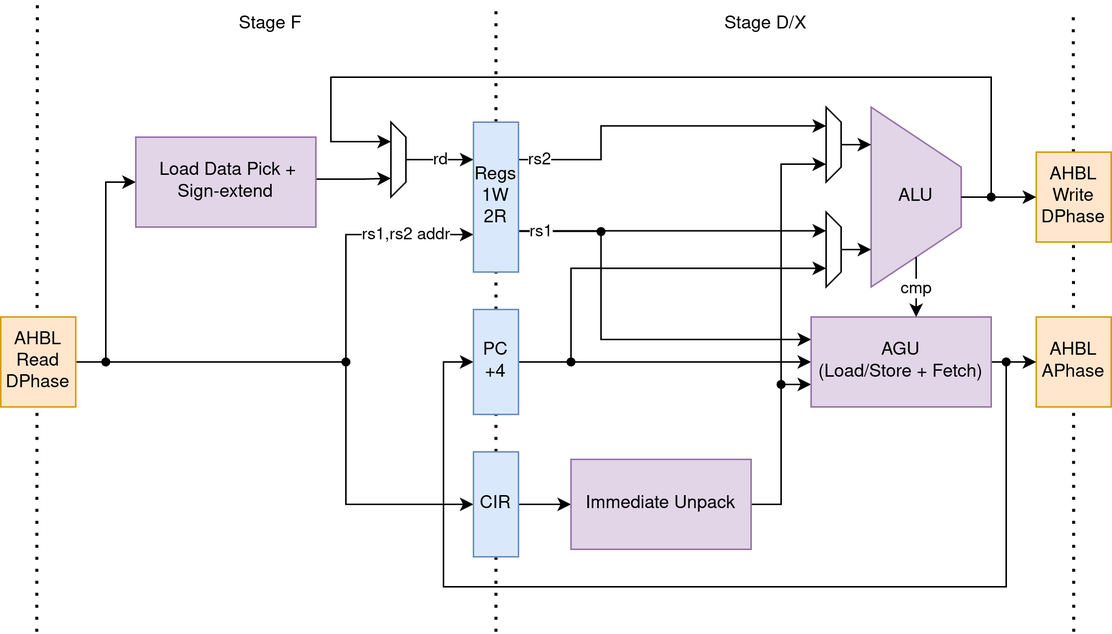
This is doc/hazard2_pipeline.png from Wren6991/Hazard2, a draw.io export, as it was before one commit. Source tidied: cells renumbered, new cells last; positions are measured from the earlier drawing's top-left corner, leaving out a move shared by most shapes.
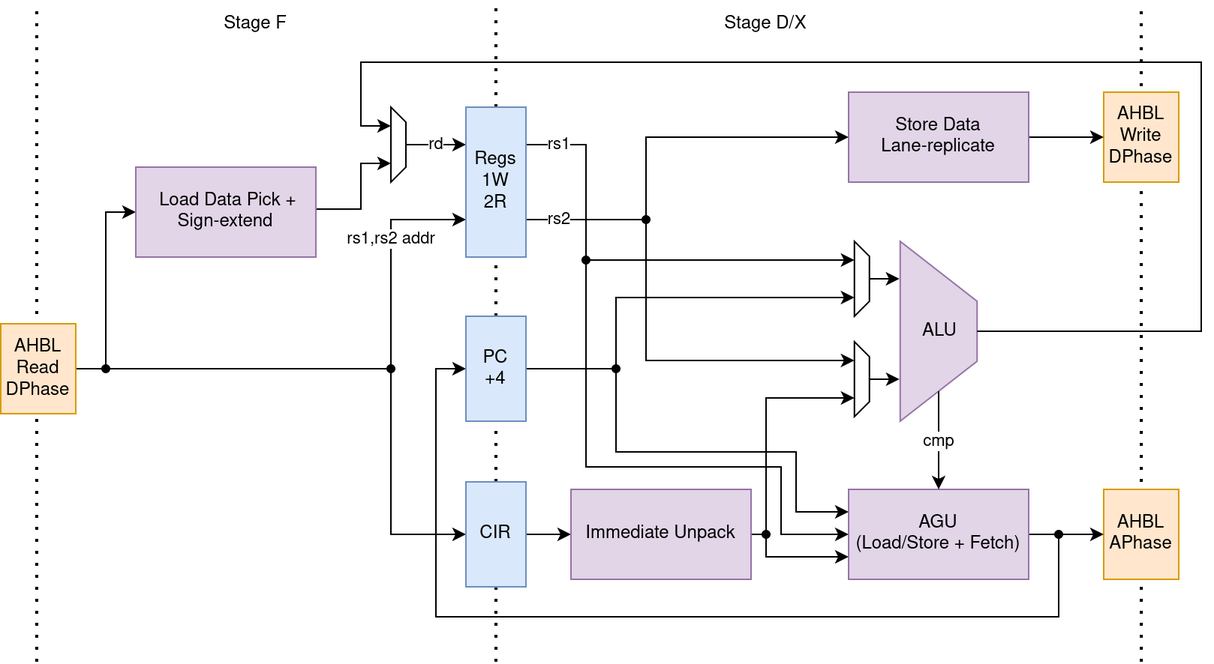
Above is the later version.

Commit message:
Re-add VCD tracing to sw makefile, update pipeline diagram

Diff of the diagram source:
```diff
@@ -9,14 +9,14 @@
     </mxCell>
     <mxCell id="3" style="endArrow=none;dashed=1;html=1;dashPattern=1 3;strokeWidth=2;" parent="1" edge="1">
       <mxGeometry relative="1" as="geometry">
-        <mxPoint x="715" y="420" as="sourcePoint" />
-        <mxPoint x="714.7" y="10" as="targetPoint" />
+        <mxPoint x="760" y="420" as="sourcePoint" />
+        <mxPoint x="760" y="-20" as="targetPoint" />
       </mxGeometry>
     </mxCell>
     <mxCell id="4" style="endArrow=none;dashed=1;html=1;dashPattern=1 3;strokeWidth=2;" parent="1" edge="1">
       <mxGeometry relative="1" as="geometry">
         <mxPoint x="24" y="420" as="sourcePoint" />
-        <mxPoint x="24.4" as="targetPoint" />
+        <mxPoint x="24" y="-20" as="targetPoint" />
       </mxGeometry>
     </mxCell>
     <mxCell id="5" style="endArrow=none;dashed=1;html=1;dashPattern=1 3;strokeWidth=2;startArrow=none;" parent="1" edge="1" source="43" target="25">
@@ -24,17 +24,17 @@
     </mxCell>
     <mxCell id="6" style="endArrow=none;dashed=1;html=1;dashPattern=1 3;strokeWidth=2;startArrow=none;" parent="1" edge="1" source="25">
       <mxGeometry relative="1" as="geometry">
-        <mxPoint x="330" as="targetPoint" />
+        <mxPoint x="330" y="-20" as="targetPoint" />
       </mxGeometry>
     </mxCell>
     <mxCell id="7" value="Stage F" style="text;html=1;strokeColor=none;fillColor=none;align=center;verticalAlign=middle;whiteSpace=wrap;rounded=0;" parent="1" vertex="1">
-      <mxGeometry x="140" width="80" height="30" as="geometry" />
+      <mxGeometry x="130" y="-20" width="80" height="30" as="geometry" />
     </mxCell>
     <mxCell id="8" value="rs1,rs2 addr" style="edgeStyle=orthogonalEdgeStyle;rounded=0;jettySize=auto;html=1;exitX=1;exitY=0.5;exitDx=0;exitDy=0;entryX=0;entryY=0.75;entryDx=0;entryDy=0;" parent="1" edge="1" source="11" target="25">
-      <mxGeometry x="0.74" relative="1" as="geometry">
+      <mxGeometry x="0.65" relative="1" as="geometry">
         <Array as="points">
-          <mxPoint x="230" y="240" />
-          <mxPoint x="230" y="155" />
+          <mxPoint x="260" y="225" />
+          <mxPoint x="260" y="125" />
         </Array>
       </mxGeometry>
     </mxCell>
@@ -44,25 +44,25 @@
     <mxCell id="10" style="edgeStyle=orthogonalEdgeStyle;rounded=0;jettySize=auto;html=1;exitX=1;exitY=0.5;exitDx=0;exitDy=0;entryX=0;entryY=0.5;entryDx=0;entryDy=0;" parent="1" edge="1" source="11" target="13">
       <mxGeometry relative="1" as="geometry">
         <Array as="points">
-          <mxPoint x="230" y="240" />
-          <mxPoint x="230" y="335" />
+          <mxPoint x="260" y="225" />
+          <mxPoint x="260" y="335" />
         </Array>
       </mxGeometry>
     </mxCell>
     <mxCell id="11" value="&lt;div&gt;AHBL&lt;/div&gt;&lt;div&gt;Read DPhase&lt;/div&gt;" style="rounded=0;whiteSpace=wrap;html=1;fillColor=#ffe6cc;strokeColor=#d79b00;" parent="1" vertex="1">
-      <mxGeometry y="210" width="50" height="60" as="geometry" />
+      <mxGeometry y="194.5" width="50" height="60" as="geometry" />
     </mxCell>
     <mxCell id="12" style="edgeStyle=orthogonalEdgeStyle;rounded=0;jettySize=auto;html=1;" parent="1" edge="1" source="13" target="28">
       <mxGeometry relative="1" as="geometry" />
     </mxCell>
     <mxCell id="13" value="CIR" style="rounded=0;whiteSpace=wrap;html=1;fillColor=#dae8fc;strokeColor=#6c8ebf;" parent="1" vertex="1">
-      <mxGeometry x="315" y="300" width="30" height="70" as="geometry" />
+      <mxGeometry x="310" y="300" width="40" height="70" as="geometry" />
     </mxCell>
     <mxCell id="14" value="Stage D/X" style="text;html=1;strokeColor=none;fillColor=none;align=center;verticalAlign=middle;whiteSpace=wrap;rounded=0;" parent="1" vertex="1">
-      <mxGeometry x="470" width="80" height="30" as="geometry" />
+      <mxGeometry x="470" y="-20" width="80" height="30" as="geometry" />
     </mxCell>
     <mxCell id="15" value="AHBL&lt;br&gt;APhase" style="rounded=0;whiteSpace=wrap;html=1;fillColor=#ffe6cc;strokeColor=#d79b00;" parent="1" vertex="1">
-      <mxGeometry x="690" y="210" width="50" height="60" as="geometry" />
+      <mxGeometry x="735" y="305" width="50" height="60" as="geometry" />
     </mxCell>
     <mxCell id="16" style="edgeStyle=orthogonalEdgeStyle;rounded=0;jettySize=auto;html=1;exitX=1;exitY=0.5;exitDx=0;exitDy=0;entryX=0.75;entryY=1;entryDx=0;entryDy=0;" parent="1" edge="1" source="17" target="19">
       <mxGeometry relative="1" as="geometry">
@@ -78,122 +78,112 @@
     <mxCell id="18" value="rd" style="edgeStyle=orthogonalEdgeStyle;rounded=0;jettySize=auto;html=1;exitX=0.5;exitY=0;exitDx=0;exitDy=0;entryX=0;entryY=0.25;entryDx=0;entryDy=0;" parent="1" edge="1" source="19" target="25">
       <mxGeometry relative="1" as="geometry">
         <Array as="points">
-          <mxPoint x="290" y="105" />
-          <mxPoint x="290" y="105" />
+          <mxPoint x="280" y="75" />
+          <mxPoint x="280" y="75" />
         </Array>
       </mxGeometry>
     </mxCell>
     <mxCell id="19" style="shape=trapezoid;perimeter=trapezoidPerimeter;whiteSpace=wrap;html=1;fixedSize=1;rotation=90;size=10;" parent="1" vertex="1">
-      <mxGeometry x="240" y="100" width="50" height="10" as="geometry" />
+      <mxGeometry x="240" y="70" width="50" height="10" as="geometry" />
     </mxCell>
-    <mxCell id="20" style="edgeStyle=orthogonalEdgeStyle;rounded=0;jettySize=auto;html=1;exitX=1;exitY=0.5;exitDx=0;exitDy=0;entryX=0.75;entryY=1;entryDx=0;entryDy=0;" parent="1" edge="1" source="43" target="41">
-      <mxGeometry relative="1" as="geometry">
-        <Array as="points">
-          <mxPoint x="380" y="240" />
-          <mxPoint x="380" y="177" />
-        </Array>
-      </mxGeometry>
-    </mxCell>
-    <mxCell id="21" style="edgeStyle=orthogonalEdgeStyle;rounded=0;jettySize=auto;html=1;exitX=1;exitY=0.5;exitDx=0;exitDy=0;entryX=0;entryY=0.5;entryDx=0;entryDy=0;" parent="1" edge="1" source="43" target="31">
-      <mxGeometry relative="1" as="geometry">
-        <Array as="points">
-          <mxPoint x="360" y="240" />
-          <mxPoint x="360" y="240" />
-        </Array>
-      </mxGeometry>
-    </mxCell>
+    <mxCell id="53" style="edgeStyle=orthogonalEdgeStyle;rounded=0;jettySize=auto;html=1;exitX=1;exitY=0.75;exitDx=0;exitDy=0;entryX=0;entryY=0.5;entryDx=0;entryDy=0;" parent="1" edge="1" source="25" target="58">
+      <mxGeometry relative="1" as="geometry">
+        <Array as="points">
+          <mxPoint x="430" y="125" />
+          <mxPoint x="430" y="70" />
+        </Array>
+      </mxGeometry>
+    </mxCell>
+    <mxCell id="54" style="edgeStyle=orthogonalEdgeStyle;rounded=0;jettySize=auto;html=1;exitX=1;exitY=0.25;exitDx=0;exitDy=0;entryX=0.25;entryY=1;entryDx=0;entryDy=0;" parent="1" edge="1" source="25" target="38">
+      <mxGeometry relative="1" as="geometry">
+        <Array as="points">
+          <mxPoint x="390" y="75" />
+          <mxPoint x="390" y="152" />
+        </Array>
+      </mxGeometry>
+    </mxCell>
-    <mxCell id="22" value="rs2" style="edgeStyle=orthogonalEdgeStyle;rounded=0;jettySize=auto;html=1;exitX=1;exitY=0.25;exitDx=0;exitDy=0;entryX=0.25;entryY=1;entryDx=0;entryDy=0;" parent="1" edge="1" source="25" target="38">
-      <mxGeometry x="-0.87" relative="1" as="geometry">
+    <mxCell id="22" value="rs2" style="edgeStyle=orthogonalEdgeStyle;rounded=0;jettySize=auto;html=1;exitX=1;exitY=0.75;exitDx=0;exitDy=0;entryX=0.25;entryY=1;entryDx=0;entryDy=0;" parent="1" edge="1" source="25" target="41">
+      <mxGeometry x="-0.86" relative="1" as="geometry">
         <Array as="points">
-          <mxPoint x="400" y="105" />
-          <mxPoint x="400" y="83" />
+          <mxPoint x="430" y="125" />
+          <mxPoint x="430" y="219" />
         </Array>
       </mxGeometry>
     </mxCell>
-    <mxCell id="23" style="edgeStyle=orthogonalEdgeStyle;rounded=0;jettySize=auto;html=1;exitX=1.006;exitY=0.728;exitDx=0;exitDy=0;exitPerimeter=0;entryX=0;entryY=0.25;entryDx=0;entryDy=0;" parent="1" edge="1" source="25" target="31">
-      <mxGeometry relative="1" as="geometry">
-        <Array as="points">
-          <mxPoint x="400" y="153" />
-          <mxPoint x="400" y="225" />
-        </Array>
-      </mxGeometry>
-    </mxCell>
-    <mxCell id="24" value="rs1" style="edgeStyle=orthogonalEdgeStyle;rounded=0;jettySize=auto;html=1;exitX=1;exitY=0.725;exitDx=0;exitDy=0;entryX=0.25;entryY=1;entryDx=0;entryDy=0;exitPerimeter=0;" parent="1" edge="1" source="25" target="41">
-      <mxGeometry x="-0.85" relative="1" as="geometry">
+    <mxCell id="24" value="rs1" style="edgeStyle=orthogonalEdgeStyle;rounded=0;jettySize=auto;html=1;exitX=1;exitY=0.25;exitDx=0;exitDy=0;entryX=0;entryY=0.5;entryDx=0;entryDy=0;" parent="1" edge="1" source="25" target="31">
+      <mxGeometry x="-0.91" relative="1" as="geometry">
         <Array as="points">
-          <mxPoint x="390" y="153" />
-          <mxPoint x="390" y="153" />
+          <mxPoint x="390" y="75" />
+          <mxPoint x="390" y="290" />
+          <mxPoint x="520" y="290" />
+          <mxPoint x="520" y="335" />
         </Array>
       </mxGeometry>
     </mxCell>
     <mxCell id="25" value="&lt;div&gt;Regs&lt;/div&gt;&lt;div&gt;1W&lt;/div&gt;&lt;div&gt;2R&lt;br&gt;&lt;/div&gt;" style="rounded=0;whiteSpace=wrap;html=1;fillColor=#dae8fc;strokeColor=#6c8ebf;" parent="1" vertex="1">
-      <mxGeometry x="315" y="80" width="30" height="100" as="geometry" />
+      <mxGeometry x="310" y="50" width="40" height="100" as="geometry" />
     </mxCell>
     <mxCell id="26" style="edgeStyle=orthogonalEdgeStyle;rounded=0;jettySize=auto;html=1;exitX=1;exitY=0.5;exitDx=0;exitDy=0;entryX=0;entryY=0.75;entryDx=0;entryDy=0;" parent="1" edge="1" source="28" target="31">
-      <mxGeometry relative="1" as="geometry" />
+      <mxGeometry relative="1" as="geometry">
+        <Array as="points">
+          <mxPoint x="510" y="335" />
+          <mxPoint x="510" y="350" />
+        </Array>
+      </mxGeometry>
     </mxCell>
-    <mxCell id="27" style="edgeStyle=orthogonalEdgeStyle;rounded=0;jettySize=auto;html=1;exitX=1;exitY=0.5;exitDx=0;exitDy=0;entryX=0.75;entryY=1;entryDx=0;entryDy=0;" parent="1" edge="1" source="28" target="38">
-      <mxGeometry relative="1" as="geometry">
-        <Array as="points">
-          <mxPoint x="520" y="335" />
-          <mxPoint x="520" y="108" />
-          <mxPoint x="550" y="108" />
-        </Array>
-      </mxGeometry>
-    </mxCell>
+    <mxCell id="55" style="edgeStyle=orthogonalEdgeStyle;rounded=0;jettySize=auto;html=1;exitX=1;exitY=0.5;exitDx=0;exitDy=0;entryX=0.75;entryY=1;entryDx=0;entryDy=0;" parent="1" edge="1" source="28" target="41">
+      <mxGeometry relative="1" as="geometry">
+        <Array as="points">
+          <mxPoint x="510" y="335" />
+          <mxPoint x="510" y="244" />
+        </Array>
+      </mxGeometry>
+    </mxCell>
     <mxCell id="28" value="Immediate Unpack" style="rounded=0;whiteSpace=wrap;html=1;fillColor=#e1d5e7;strokeColor=#9673a6;" parent="1" vertex="1">
       <mxGeometry x="380" y="305" width="120" height="60" as="geometry" />
     </mxCell>
     <mxCell id="29" style="edgeStyle=orthogonalEdgeStyle;rounded=0;jettySize=auto;html=1;exitX=1;exitY=0.5;exitDx=0;exitDy=0;entryX=0;entryY=0.5;entryDx=0;entryDy=0;" parent="1" edge="1" source="31" target="15">
-      <mxGeometry relative="1" as="geometry" />
+      <mxGeometry relative="1" as="geometry">
+        <Array as="points">
+          <mxPoint x="715" y="335" />
+        </Array>
+      </mxGeometry>
     </mxCell>
-    <mxCell id="30" style="edgeStyle=orthogonalEdgeStyle;rounded=0;jettySize=auto;html=1;exitX=1;exitY=0.75;exitDx=0;exitDy=0;entryX=0;entryY=0.5;entryDx=0;entryDy=0;" parent="1" edge="1" source="31" target="43">
+    <mxCell id="30" style="edgeStyle=orthogonalEdgeStyle;rounded=0;jettySize=auto;html=1;exitX=1;exitY=0.5;exitDx=0;exitDy=0;entryX=0;entryY=0.5;entryDx=0;entryDy=0;" parent="1" edge="1" source="31" target="43">
       <mxGeometry relative="1" as="geometry">
         <Array as="points">
-          <mxPoint x="660" y="240" />
-          <mxPoint x="670" y="240" />
-          <mxPoint x="670" y="390" />
-          <mxPoint x="295" y="390" />
-          <mxPoint x="295" y="240" />
+          <mxPoint x="705" y="335" />
+          <mxPoint x="705" y="390" />
+          <mxPoint x="290" y="390" />
+          <mxPoint x="290" y="225" />
         </Array>
       </mxGeometry>
     </mxCell>
     <mxCell id="31" value="&lt;div&gt;AGU&lt;/div&gt;(Load/Store + Fetch)" style="rounded=0;whiteSpace=wrap;html=1;fillColor=#e1d5e7;strokeColor=#9673a6;" parent="1" vertex="1">
-      <mxGeometry x="540" y="210" width="120" height="60" as="geometry" />
+      <mxGeometry x="565" y="305" width="120" height="60" as="geometry" />
     </mxCell>
-    <mxCell id="32" style="edgeStyle=orthogonalEdgeStyle;rounded=0;jettySize=auto;html=1;exitX=0.5;exitY=0;exitDx=0;exitDy=0;entryX=0.25;entryY=1;entryDx=0;entryDy=0;" parent="1" edge="1" source="34" target="19">
-      <mxGeometry relative="1" as="geometry">
-        <Array as="points">
-          <mxPoint x="660" y="130" />
-          <mxPoint x="660" y="50" />
-          <mxPoint x="220" y="50" />
-          <mxPoint x="220" y="93" />
-          <mxPoint x="260" y="93" />
-        </Array>
-      </mxGeometry>
-    </mxCell>
     <mxCell id="33" style="group;" parent="1" vertex="1">
-      <mxGeometry x="580" y="70" width="60" height="120" as="geometry" />
+      <mxGeometry x="602" y="148" width="94.8" height="100" as="geometry" />
     </mxCell>
     <mxCell id="34" style="shape=trapezoid;perimeter=trapezoidPerimeter;whiteSpace=wrap;html=1;fixedSize=1;rotation=90;size=40;fillColor=#e1d5e7;strokeColor=#9673a6;" parent="33" vertex="1">
-      <mxGeometry x="-30" y="30" width="120" height="60" as="geometry" />
+      <mxGeometry x="-37" y="25.9" width="120" height="51.2" as="geometry" />
     </mxCell>
     <mxCell id="35" value="ALU" style="text;html=1;strokeColor=none;fillColor=none;align=center;verticalAlign=middle;whiteSpace=wrap;rounded=0;" parent="33" vertex="1">
-      <mxGeometry x="10" y="50" width="40" height="20" as="geometry" />
+      <mxGeometry x="3.9" y="43.2" width="40" height="16.7" as="geometry" />
     </mxCell>
     <mxCell id="36" style="group;" parent="1" vertex="1">
-      <mxGeometry x="550" y="70" width="30" height="50" as="geometry" />
+      <mxGeometry x="568.9" y="139.5" width="30" height="50" as="geometry" />
     </mxCell>
     <mxCell id="37" style="edgeStyle=orthogonalEdgeStyle;rounded=0;jettySize=auto;html=1;exitX=0.5;exitY=0;exitDx=0;exitDy=0;" parent="36" edge="1" source="38">
       <mxGeometry relative="1" as="geometry">
-        <mxPoint x="30" y="25.3" as="targetPoint" />
+        <mxPoint x="30" y="25" as="targetPoint" />
       </mxGeometry>
     </mxCell>
     <mxCell id="38" style="shape=trapezoid;perimeter=trapezoidPerimeter;whiteSpace=wrap;html=1;fixedSize=1;rotation=90;size=10;" parent="36" vertex="1">
       <mxGeometry x="-20" y="20" width="50" height="10" as="geometry" />
     </mxCell>
     <mxCell id="39" style="group;" parent="1" vertex="1">
-      <mxGeometry x="550" y="140" width="30" height="50" as="geometry" />
+      <mxGeometry x="568.9" y="206.5" width="30" height="50" as="geometry" />
     </mxCell>
     <mxCell id="40" style="edgeStyle=orthogonalEdgeStyle;rounded=0;jettySize=auto;html=1;exitX=0.5;exitY=0;exitDx=0;exitDy=0;" parent="39" edge="1" source="41">
       <mxGeometry relative="1" as="geometry">
@@ -204,37 +194,68 @@
       <mxGeometry x="-20" y="20" width="50" height="10" as="geometry" />
     </mxCell>
     <mxCell id="42" value="&lt;div&gt;AHBL&lt;/div&gt;&lt;div&gt;Write DPhase&lt;/div&gt;" style="rounded=0;whiteSpace=wrap;html=1;fillColor=#ffe6cc;strokeColor=#d79b00;" parent="1" vertex="1">
-      <mxGeometry x="690" y="100" width="50" height="60" as="geometry" />
+      <mxGeometry x="735" y="40" width="50" height="60" as="geometry" />
     </mxCell>
+    <mxCell id="56" style="edgeStyle=orthogonalEdgeStyle;rounded=0;jettySize=auto;html=1;exitX=1;exitY=0.5;exitDx=0;exitDy=0;entryX=0.75;entryY=1;entryDx=0;entryDy=0;" parent="1" edge="1" source="43" target="38">
+      <mxGeometry relative="1" as="geometry">
+        <Array as="points">
+          <mxPoint x="410" y="225" />
+          <mxPoint x="410" y="177" />
+        </Array>
+      </mxGeometry>
+    </mxCell>
+    <mxCell id="21" style="edgeStyle=orthogonalEdgeStyle;rounded=0;jettySize=auto;html=1;exitX=1;exitY=0.5;exitDx=0;exitDy=0;entryX=0;entryY=0.25;entryDx=0;entryDy=0;" parent="1" edge="1" source="43" target="31">
+      <mxGeometry relative="1" as="geometry">
+        <Array as="points">
+          <mxPoint x="410" y="225" />
+          <mxPoint x="410" y="280" />
+          <mxPoint x="530" y="280" />
+          <mxPoint x="530" y="320" />
+        </Array>
+      </mxGeometry>
+    </mxCell>
     <mxCell id="43" value="&lt;div&gt;PC&lt;/div&gt;+4" style="rounded=0;whiteSpace=wrap;html=1;fillColor=#dae8fc;strokeColor=#6c8ebf;" parent="1" vertex="1">
-      <mxGeometry x="315" y="205" width="30" height="70" as="geometry" />
+      <mxGeometry x="310" y="189.5" width="40" height="70" as="geometry" />
     </mxCell>
-    <mxCell id="44" style="edgeStyle=orthogonalEdgeStyle;rounded=0;jettySize=auto;html=1;exitX=0.5;exitY=0;exitDx=0;exitDy=0;entryX=0;entryY=0.5;entryDx=0;entryDy=0;" parent="1" edge="1" source="34" target="42">
-      <mxGeometry relative="1" as="geometry" />
-    </mxCell>
-    <mxCell id="45" value="cmp" style="edgeStyle=orthogonalEdgeStyle;rounded=0;jettySize=auto;html=1;exitX=1;exitY=0.5;exitDx=0;exitDy=0;entryX=0.577;entryY=0;entryDx=0;entryDy=0;entryPerimeter=0;" parent="1" edge="1" source="34" target="31">
+    <mxCell id="45" value="cmp" style="edgeStyle=orthogonalEdgeStyle;rounded=0;jettySize=auto;html=1;exitX=1;exitY=0.5;exitDx=0;exitDy=0;entryX=0.5;entryY=0;entryDx=0;entryDy=0;" parent="1" edge="1" source="34" target="31">
       <mxGeometry relative="1" as="geometry" />
     </mxCell>
     <mxCell id="46" style="ellipse;whiteSpace=wrap;html=1;strokeColor=none;fillColor=#000000;" parent="1" vertex="1">
-      <mxGeometry x="227" y="237" width="6" height="6" as="geometry" />
+      <mxGeometry x="257" y="221.5" width="6" height="6" as="geometry" />
     </mxCell>
-    <mxCell id="47" style="ellipse;whiteSpace=wrap;html=1;strokeColor=none;fillColor=#000000;" parent="1" vertex="1">
-      <mxGeometry x="657" y="127" width="6" height="6" as="geometry" />
-    </mxCell>
-    <mxCell id="48" style="ellipse;whiteSpace=wrap;html=1;strokeColor=none;fillColor=#000000;" parent="1" vertex="1">
-      <mxGeometry x="397" y="150" width="6" height="6" as="geometry" />
-    </mxCell>
-    <mxCell id="49" style="ellipse;whiteSpace=wrap;html=1;strokeColor=none;fillColor=#000000;" parent="1" vertex="1">
-      <mxGeometry x="377" y="237" width="6" height="6" as="geometry" />
-    </mxCell>
-    <mxCell id="50" style="ellipse;whiteSpace=wrap;html=1;strokeColor=none;fillColor=#000000;" parent="1" vertex="1">
-      <mxGeometry x="517" y="252" width="6" height="6" as="geometry" />
-    </mxCell>
-    <mxCell id="51" style="ellipse;whiteSpace=wrap;html=1;strokeColor=none;fillColor=#000000;" parent="1" vertex="1">
-      <mxGeometry x="667" y="237" width="6" height="6" as="geometry" />
-    </mxCell>
     <mxCell id="52" style="ellipse;whiteSpace=wrap;html=1;strokeColor=none;fillColor=#000000;" parent="1" vertex="1">
-      <mxGeometry x="67" y="237" width="6" height="6" as="geometry" />
+      <mxGeometry x="67" y="221.5" width="6" height="6" as="geometry" />
     </mxCell>
+    <mxCell id="57" style="edgeStyle=orthogonalEdgeStyle;rounded=0;jettySize=auto;html=1;exitX=1;exitY=0.5;exitDx=0;exitDy=0;entryX=0;entryY=0.5;entryDx=0;entryDy=0;" parent="1" edge="1" source="58" target="42">
+      <mxGeometry relative="1" as="geometry" />
+    </mxCell>
+    <mxCell id="58" value="&lt;div&gt;Store Data&lt;/div&gt;&lt;div&gt;Lane-replicate&lt;/div&gt;" style="rounded=0;whiteSpace=wrap;html=1;fillColor=#e1d5e7;strokeColor=#9673a6;" parent="1" vertex="1">
+      <mxGeometry x="565" y="40" width="120" height="60" as="geometry" />
+    </mxCell>
+    <mxCell id="32" style="edgeStyle=orthogonalEdgeStyle;rounded=0;jettySize=auto;html=1;exitX=0.5;exitY=0;exitDx=0;exitDy=0;entryX=0.25;entryY=1;entryDx=0;entryDy=0;" parent="1" edge="1" source="34" target="19">
+      <mxGeometry relative="1" as="geometry">
+        <Array as="points">
+          <mxPoint x="800" y="200" />
+          <mxPoint x="800" y="20" />
+          <mxPoint x="240" y="20" />
+          <mxPoint x="240" y="63" />
+        </Array>
+      </mxGeometry>
+    </mxCell>
+    <mxCell id="59" style="ellipse;whiteSpace=wrap;html=1;strokeColor=none;fillColor=#000000;" parent="1" vertex="1">
+      <mxGeometry x="407" y="221.5" width="6" height="6" as="geometry" />
+    </mxCell>
+    <mxCell id="60" style="ellipse;whiteSpace=wrap;html=1;strokeColor=none;fillColor=#000000;" parent="1" vertex="1">
+      <mxGeometry x="387" y="149" width="6" height="6" as="geometry" />
+    </mxCell>
+    <mxCell id="61" style="ellipse;whiteSpace=wrap;html=1;strokeColor=none;fillColor=#000000;" parent="1" vertex="1">
+      <mxGeometry x="427" y="122" width="6" height="6" as="geometry" />
+    </mxCell>
+    <mxCell id="62" style="ellipse;whiteSpace=wrap;html=1;strokeColor=none;fillColor=#000000;" parent="1" vertex="1">
+      <mxGeometry x="507" y="332" width="6" height="6" as="geometry" />
+    </mxCell>
+    <mxCell id="63" style="ellipse;whiteSpace=wrap;html=1;strokeColor=none;fillColor=#000000;" parent="1" vertex="1">
+      <mxGeometry x="702" y="332" width="6" height="6" as="geometry" />
+    </mxCell>
   </root>
 </mxGraphModel>
```
